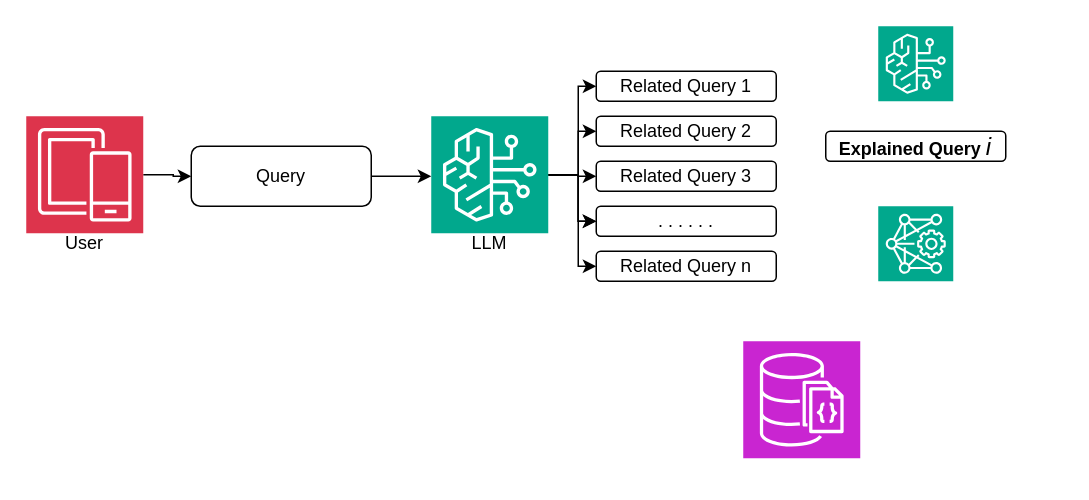
piyushk6626/YCAtlas keeps this draw.io diagram as Untitled Diagram.drawio. Above is the earlier version. Source tidied: cells renumbered, new cells numbered last; positions are measured from the earlier drawing's top-left corner, leaving out a move shared by most shapes. Both pictures are drawn from the tidied source at 150%, with x=0, y=0 at pixel (26, 26).
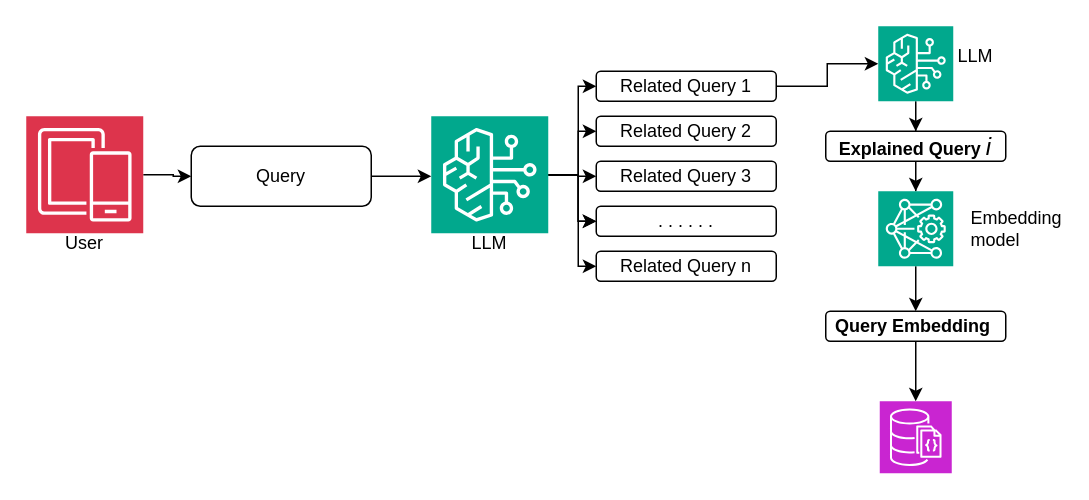
Above is the later version.

The change refers to these unchanged cells:
```xml
<mxCell id="15" value="Related Query 1" style="rounded=1;whiteSpace=wrap;html=1;" parent="1" vertex="1">
  <mxGeometry x="380" y="30" width="120" height="20" as="geometry" />
</mxCell>
<mxCell id="20" style="sketch=0;points=[[0,0,0],[0.25,0,0],[0.5,0,0],[0.75,0,0],[1,0,0],[0,1,0],[0.25,1,0],[0.5,1,0],[0.75,1,0],[1,1,0],[0,0.25,0],[0,0.5,0],[0,0.75,0],[1,0.25,0],[1,0.5,0],[1,0.75,0]];outlineConnect=0;fontColor=#232F3E;fillColor=#01A88D;strokeColor=#ffffff;dashed=0;verticalLabelPosition=bottom;verticalAlign=top;align=center;html=1;fontSize=12;fontStyle=0;shape=mxgraph.aws4.resourceIcon;resIcon=mxgraph.aws4.bedrock;" parent="1" vertex="1">
  <mxGeometry x="568" width="50" height="50" as="geometry" />
</mxCell>
<mxCell id="21" value="&lt;b&gt;Explained Query&lt;/b&gt; &lt;font style=&quot;font-size: 16px;&quot;&gt;&lt;i style=&quot;&quot;&gt;i&lt;/i&gt;&lt;/font&gt;" style="rounded=1;whiteSpace=wrap;html=1;" parent="1" vertex="1">
  <mxGeometry x="533" y="70" width="120" height="20" as="geometry" />
</mxCell>
```

What changed in the source:
```diff
@@
+    <mxCell id="24" style="edgeStyle=orthogonalEdgeStyle;rounded=0;jettySize=auto;html=1;exitX=1;exitY=0.5;exitDx=0;exitDy=0;" parent="1" edge="1" source="15" target="20">
+      <mxGeometry relative="1" as="geometry" />
+    </mxCell>
@@
+    <mxCell id="25" style="edgeStyle=orthogonalEdgeStyle;rounded=0;jettySize=auto;html=1;exitX=0.5;exitY=1;exitDx=0;exitDy=0;exitPerimeter=0;" parent="1" edge="1" source="20" target="21">
+      <mxGeometry relative="1" as="geometry" />
+    </mxCell>
@@
+    <mxCell id="26" style="edgeStyle=orthogonalEdgeStyle;rounded=0;jettySize=auto;html=1;exitX=0.5;exitY=1;exitDx=0;exitDy=0;" parent="1" edge="1" source="21" target="23">
+      <mxGeometry relative="1" as="geometry" />
+    </mxCell>
@@
     <mxCell id="22" style="sketch=0;points=[[0,0,0],[0.25,0,0],[0.5,0,0],[0.75,0,0],[1,0,0],[0,1,0],[0.25,1,0],[0.5,1,0],[0.75,1,0],[1,1,0],[0,0.25,0],[0,0.5,0],[0,0.75,0],[1,0.25,0],[1,0.5,0],[1,0.75,0]];outlineConnect=0;fontColor=#232F3E;fillColor=#C925D1;strokeColor=#ffffff;dashed=0;verticalLabelPosition=bottom;verticalAlign=top;align=center;html=1;fontSize=12;fontStyle=0;shape=mxgraph.aws4.resourceIcon;resIcon=mxgraph.aws4.documentdb_with_mongodb_compatibility;" parent="1" vertex="1">
-      <mxGeometry x="478" y="210" width="78" height="78" as="geometry" />
+      <mxGeometry x="569" y="250" width="48" height="48" as="geometry" />
     </mxCell>
+    <mxCell id="27" style="edgeStyle=orthogonalEdgeStyle;rounded=0;jettySize=auto;html=1;exitX=0.5;exitY=1;exitDx=0;exitDy=0;exitPerimeter=0;entryX=0.5;entryY=0;entryDx=0;entryDy=0;" parent="1" edge="1" source="23" target="30">
+      <mxGeometry relative="1" as="geometry" />
+    </mxCell>
     <mxCell id="23" style="sketch=0;points=[[0,0,0],[0.25,0,0],[0.5,0,0],[0.75,0,0],[1,0,0],[0,1,0],[0.25,1,0],[0.5,1,0],[0.75,1,0],[1,1,0],[0,0.25,0],[0,0.5,0],[0,0.75,0],[1,0.25,0],[1,0.5,0],[1,0.75,0]];outlineConnect=0;fontColor=#232F3E;fillColor=#01A88D;strokeColor=#ffffff;dashed=0;verticalLabelPosition=bottom;verticalAlign=top;align=center;html=1;fontSize=12;fontStyle=0;shape=mxgraph.aws4.resourceIcon;resIcon=mxgraph.aws4.deep_learning_amis;" parent="1" vertex="1">
-      <mxGeometry x="568" y="120" width="50" height="50" as="geometry" />
+      <mxGeometry x="568" y="110" width="50" height="50" as="geometry" />
     </mxCell>
+    <mxCell id="28" value="LLM" style="text;html=1;align=center;verticalAlign=middle;whiteSpace=wrap;rounded=0;" parent="1" vertex="1">
+      <mxGeometry x="613" y="10" width="40" height="20" as="geometry" />
+    </mxCell>
+    <mxCell id="29" style="edgeStyle=orthogonalEdgeStyle;rounded=0;jettySize=auto;html=1;" parent="1" edge="1" source="30" target="22">
+      <mxGeometry relative="1" as="geometry" />
+    </mxCell>
+    <mxCell id="30" value="&lt;b&gt;Query Embedding&lt;/b&gt;&amp;nbsp;" style="rounded=1;whiteSpace=wrap;html=1;" parent="1" vertex="1">
+      <mxGeometry x="533" y="190" width="120" height="20" as="geometry" />
+    </mxCell>
+    <mxCell id="31" value="Embedding&lt;br&gt;model&amp;nbsp;" style="text;html=1;align=left;verticalAlign=middle;whiteSpace=wrap;rounded=0;" parent="1" vertex="1">
+      <mxGeometry x="628" y="125" width="40" height="20" as="geometry" />
+    </mxCell>
```
